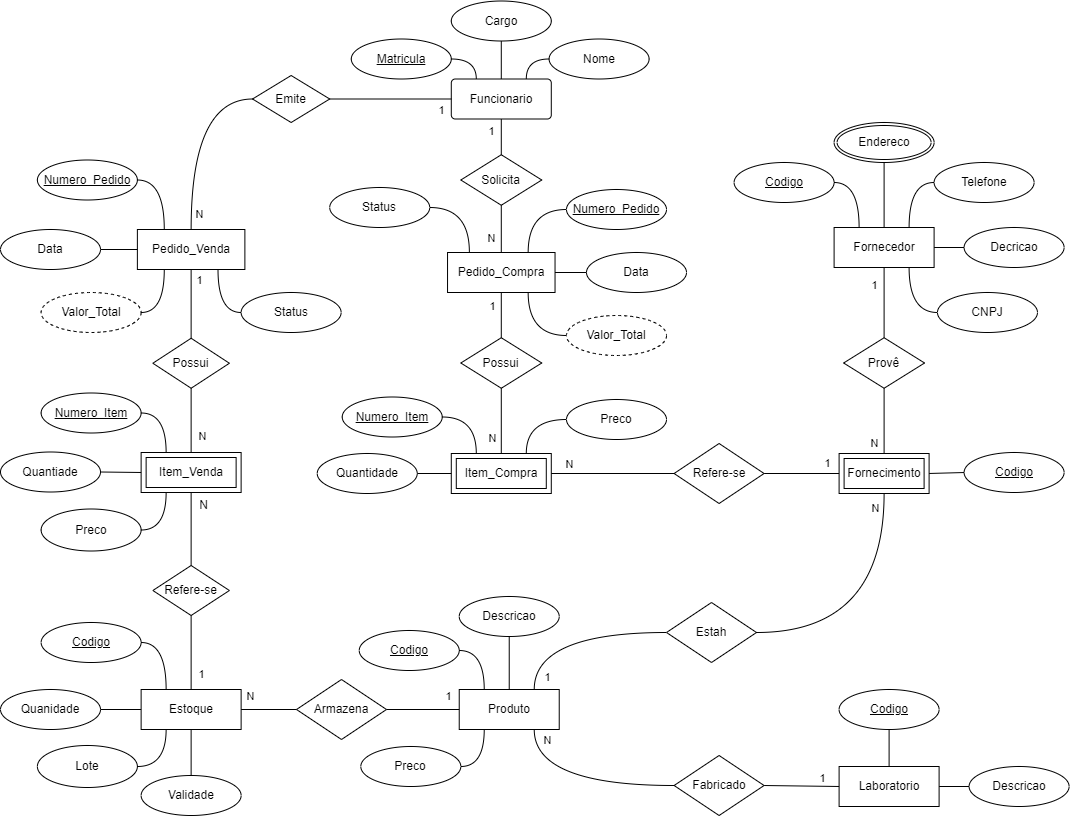
Before: docs/images/modelo-er.png, a diagram exported from draw.io (ICEI-PUCMinas-PSG-SI-TI/psg-si-2025-1-p3-tiapn-6818100-farmacia-popular). Source tidied: cells renumbered, new cells last; positions are measured from the earlier drawing's top-left corner, leaving out a move shared by most shapes.
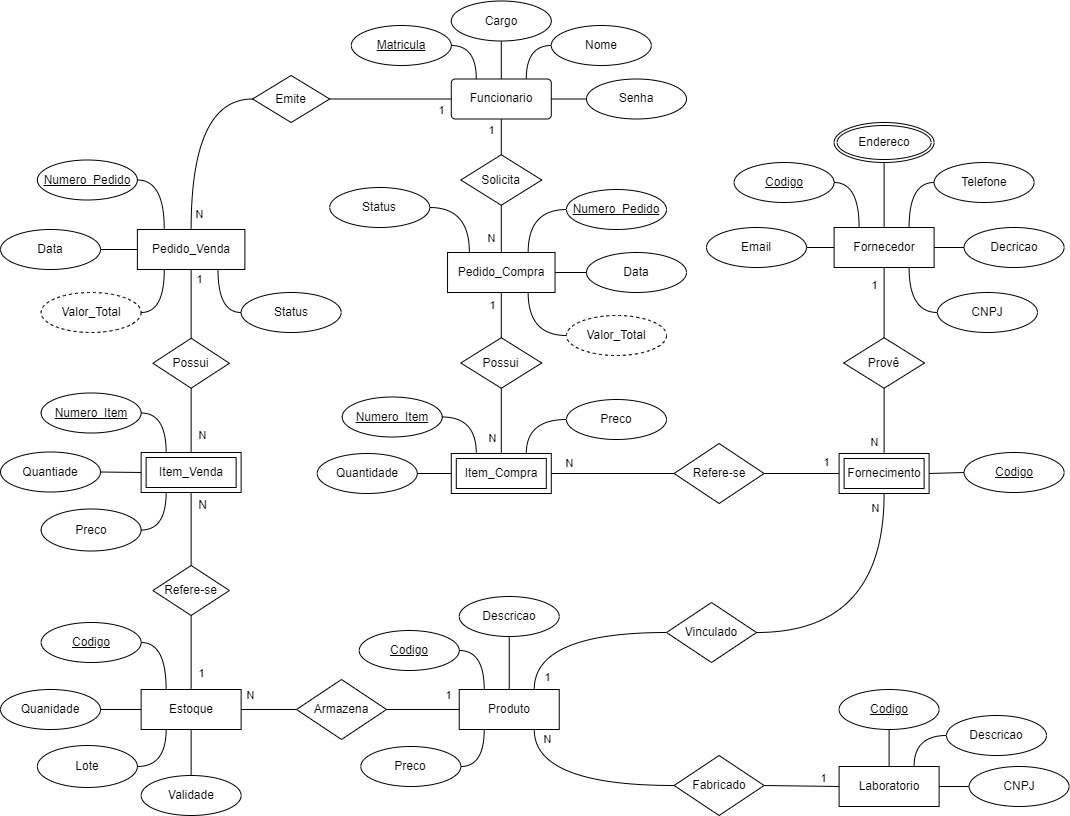
After the commit.

Change to the diagram source:
```diff
@@ -6,13 +6,13 @@
       <mxGeometry x="450.8" y="77.5" width="100" height="40" as="geometry" />
     </mxCell>
     <mxCell id="3" value="Nome" style="ellipse;whiteSpace=wrap;html=1;align=center;" parent="1" vertex="1">
-      <mxGeometry x="548.6" y="37.5" width="100" height="40" as="geometry" />
+      <mxGeometry x="550.8" y="24" width="100" height="40" as="geometry" />
     </mxCell>
     <mxCell id="4" value="Cargo" style="ellipse;whiteSpace=wrap;html=1;align=center;" parent="1" vertex="1">
       <mxGeometry x="450.8" y="-0.5" width="100" height="40" as="geometry" />
     </mxCell>
     <mxCell id="5" value="Matricula" style="ellipse;whiteSpace=wrap;html=1;align=center;fontStyle=4;" parent="1" vertex="1">
-      <mxGeometry x="350.8" y="37.5" width="100" height="40" as="geometry" />
+      <mxGeometry x="350.8" y="24" width="100" height="40" as="geometry" />
     </mxCell>
     <mxCell id="6" value="Produto" style="whiteSpace=wrap;html=1;align=center;" parent="1" vertex="1">
       <mxGeometry x="458.7" y="688" width="100" height="40" as="geometry" />
@@ -99,7 +99,7 @@
     <mxCell id="32" value="Decricao" style="ellipse;whiteSpace=wrap;html=1;align=center;" parent="1" vertex="1">
       <mxGeometry x="963.6" y="226" width="100" height="40" as="geometry" />
     </mxCell>
-    <mxCell id="33" value="Descricao" style="ellipse;whiteSpace=wrap;html=1;align=center;" parent="1" vertex="1">
+    <mxCell id="33" value="CNPJ" style="ellipse;whiteSpace=wrap;html=1;align=center;" parent="1" vertex="1">
       <mxGeometry x="968.6" y="765" width="100" height="40" as="geometry" />
     </mxCell>
     <mxCell id="34" value="Fornecimento" style="shape=ext;margin=3;double=1;whiteSpace=wrap;html=1;align=center;" parent="1" vertex="1">
@@ -319,7 +319,7 @@
     <mxCell id="96" style="endArrow=none;html=1;rounded=0;entryX=0.5;entryY=0;entryDx=0;entryDy=0;" parent="1" edge="1" source="95" target="6">
       <mxGeometry relative="1" as="geometry" />
     </mxCell>
-    <mxCell id="97" value="Estah" style="shape=rhombus;perimeter=rhombusPerimeter;whiteSpace=wrap;html=1;align=center;" parent="1" vertex="1">
+    <mxCell id="97" value="Vinculado" style="shape=rhombus;perimeter=rhombusPerimeter;whiteSpace=wrap;html=1;align=center;" parent="1" vertex="1">
       <mxGeometry x="666" y="601" width="90" height="60" as="geometry" />
     </mxCell>
     <mxCell id="98" style="endArrow=none;html=1;rounded=0;entryX=1;entryY=0.5;entryDx=0;entryDy=0;exitX=0.5;exitY=1;exitDx=0;exitDy=0;edgeStyle=orthogonalEdgeStyle;curved=1;" parent="1" edge="1" source="34" target="97">
@@ -414,5 +414,23 @@
     <mxCell id="125" value="Refere-se" style="shape=rhombus;perimeter=rhombusPerimeter;whiteSpace=wrap;html=1;align=center;" parent="1" vertex="1">
       <mxGeometry x="152.4" y="564" width="76.6" height="50" as="geometry" />
     </mxCell>
+    <mxCell id="126" value="Senha" style="ellipse;whiteSpace=wrap;html=1;align=center;" parent="1" vertex="1">
+      <mxGeometry x="586" y="77.5" width="100" height="40" as="geometry" />
+    </mxCell>
+    <mxCell id="127" style="endArrow=none;html=1;rounded=0;entryX=0;entryY=0.5;entryDx=0;entryDy=0;exitX=1;exitY=0.5;exitDx=0;exitDy=0;" parent="1" edge="1" source="2" target="126">
+      <mxGeometry relative="1" as="geometry" />
+    </mxCell>
+    <mxCell id="128" value="Descricao" style="ellipse;whiteSpace=wrap;html=1;align=center;" parent="1" vertex="1">
+      <mxGeometry x="946" y="714" width="100" height="40" as="geometry" />
+    </mxCell>
+    <mxCell id="129" style="endArrow=none;html=1;rounded=0;entryX=0;entryY=0.5;entryDx=0;entryDy=0;exitX=0.75;exitY=0;exitDx=0;exitDy=0;edgeStyle=orthogonalEdgeStyle;curved=1;" parent="1" edge="1" source="27" target="128">
+      <mxGeometry relative="1" as="geometry" />
+    </mxCell>
+    <mxCell id="130" value="Email" style="ellipse;whiteSpace=wrap;html=1;align=center;" parent="1" vertex="1">
+      <mxGeometry x="706" y="226" width="100" height="40" as="geometry" />
+    </mxCell>
+    <mxCell id="131" style="endArrow=none;html=1;rounded=0;exitX=1;exitY=0.5;exitDx=0;exitDy=0;entryX=0;entryY=0.5;entryDx=0;entryDy=0;" parent="1" edge="1" source="130" target="26">
+      <mxGeometry relative="1" as="geometry" />
+    </mxCell>
   </root>
 </mxGraphModel>
```
